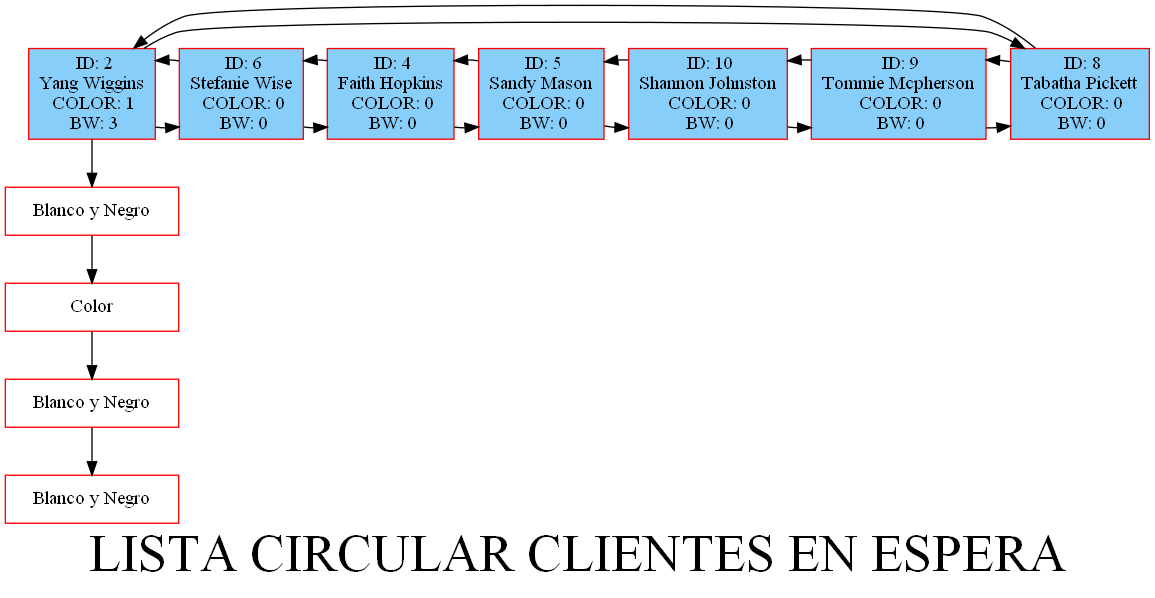
The Graphviz diagram clientesespera.png in hugosmhd/EDD_UDRAWING_202002793, before a commit. Its source is kept beside it as clientesespera.dot.
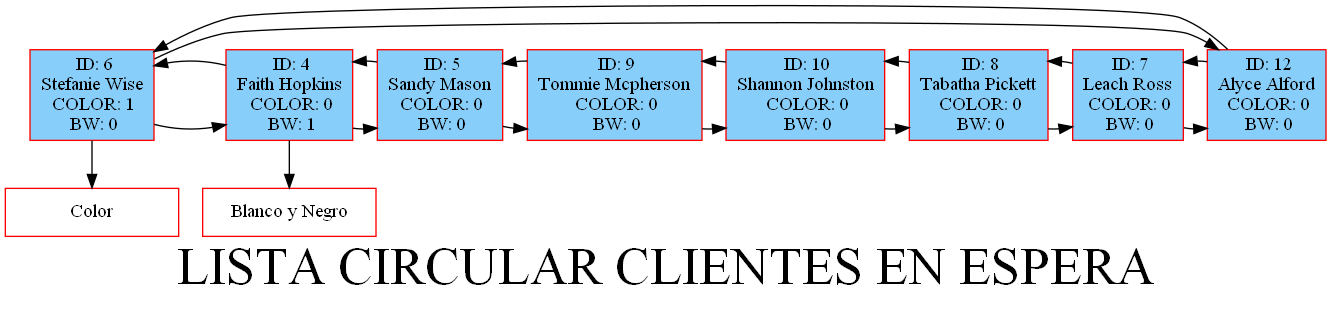
The same diagram one commit later.

What changed in the source:
```diff
@@ -2,34 +2,33 @@
 node[shape=box, color=red];
 label="LISTA CIRCULAR CLIENTES EN ESPERA";
 fontsize = 40;
-nodo764977973[label=" ID: 2\nYang Wiggins\n COLOR: 1\n BW: 3" , style = filled, fillcolor = lightskyblue, group = 1]
-nodo668386784[label="Blanco y Negro" ,width = 1.8, group = 1]
-nodo1329552164[label="Color" ,width = 1.8, group = 1]
-nodo363771819[label="Blanco y Negro" ,width = 1.8, group = 1]
-nodo2065951873[label="Blanco y Negro" ,width = 1.8, group = 1]
-nodo381259350[label=" ID: 6\nStefanie Wise\n COLOR: 0\n BW: 0" , style = filled, fillcolor = lightskyblue, group = 2]
-nodo1791741888[label=" ID: 4\nFaith Hopkins\n COLOR: 0\n BW: 0" , style = filled, fillcolor = lightskyblue, group = 3]
-nodo1595428806[label=" ID: 5\nSandy Mason\n COLOR: 0\n BW: 0" , style = filled, fillcolor = lightskyblue, group = 4]
-nodo1072408673[label=" ID: 10\nShannon Johnston\n COLOR: 0\n BW: 0" , style = filled, fillcolor = lightskyblue, group = 5]
-nodo1531448569[label=" ID: 9\nTommie Mcpherson\n COLOR: 0\n BW: 0" , style = filled, fillcolor = lightskyblue, group = 6]
-nodo2129789493[label=" ID: 8\nTabatha Pickett\n COLOR: 0\n BW: 0" , style = filled, fillcolor = lightskyblue, group = 7]
-nodo764977973 -> nodo381259350;
-nodo764977973 -> nodo2129789493;
-nodo764977973 -> nodo668386784;
-nodo668386784 -> nodo1329552164;
-nodo1329552164 -> nodo363771819;
-nodo363771819 -> nodo2065951873;
-nodo381259350 -> nodo1791741888;
-nodo381259350 -> nodo764977973;
-nodo1791741888 -> nodo1595428806;
-nodo1791741888 -> nodo381259350;
-nodo1595428806 -> nodo1072408673;
-nodo1595428806 -> nodo1791741888;
-nodo1072408673 -> nodo1531448569;
-nodo1072408673 -> nodo1595428806;
-nodo1531448569 -> nodo2129789493;
-nodo1531448569 -> nodo1072408673;
-nodo2129789493 -> nodo764977973;
-nodo2129789493 -> nodo1531448569;
-{ rank = same; nodo764977973; nodo381259350; nodo1791741888; nodo1595428806; nodo1072408673; nodo1531448569; nodo2129789493;  }
+nodo51228289[label=" ID: 6\nStefanie Wise\n COLOR: 1\n BW: 0" , style = filled, fillcolor = lightskyblue, group = 1]
+nodo1880587981[label="Color" ,width = 1.8, group = 1]
+nodo455896770[label=" ID: 4\nFaith Hopkins\n COLOR: 0\n BW: 1" , style = filled, fillcolor = lightskyblue, group = 2]
+nodo1721931908[label="Blanco y Negro" ,width = 1.8, group = 2]
+nodo511754216[label=" ID: 5\nSandy Mason\n COLOR: 0\n BW: 0" , style = filled, fillcolor = lightskyblue, group = 3]
+nodo1198108795[label=" ID: 9\nTommie Mcpherson\n COLOR: 0\n BW: 0" , style = filled, fillcolor = lightskyblue, group = 4]
+nodo214126413[label=" ID: 10\nShannon Johnston\n COLOR: 0\n BW: 0" , style = filled, fillcolor = lightskyblue, group = 5]
+nodo396873410[label=" ID: 8\nTabatha Pickett\n COLOR: 0\n BW: 0" , style = filled, fillcolor = lightskyblue, group = 6]
+nodo1706234378[label=" ID: 7\nLeach Ross\n COLOR: 0\n BW: 0" , style = filled, fillcolor = lightskyblue, group = 7]
+nodo1323165413[label=" ID: 12\nAlyce Alford\n COLOR: 0\n BW: 0" , style = filled, fillcolor = lightskyblue, group = 8]
+nodo51228289 -> nodo455896770;
+nodo51228289 -> nodo1323165413;
+nodo51228289 -> nodo1880587981;
+nodo455896770 -> nodo511754216;
+nodo455896770 -> nodo51228289;
+nodo455896770 -> nodo1721931908;
+nodo511754216 -> nodo1198108795;
+nodo511754216 -> nodo455896770;
+nodo1198108795 -> nodo214126413;
+nodo1198108795 -> nodo511754216;
+nodo214126413 -> nodo396873410;
+nodo214126413 -> nodo1198108795;
+nodo396873410 -> nodo1706234378;
+nodo396873410 -> nodo214126413;
+nodo1706234378 -> nodo1323165413;
+nodo1706234378 -> nodo396873410;
+nodo1323165413 -> nodo51228289;
+nodo1323165413 -> nodo1706234378;
+{ rank = same; nodo51228289; nodo455896770; nodo511754216; nodo1198108795; nodo214126413; nodo396873410; nodo1706234378; nodo1323165413;  }
 }
```
